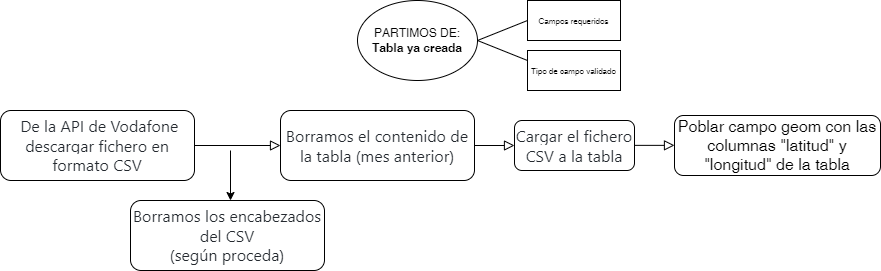
This is images/schema.png from aragonopendata/script-cobertura-internet, a draw.io export, as it was before one commit. Source tidied: cells renumbered, new cells last; positions are measured from the earlier drawing's top-left corner, leaving out a move shared by most shapes.
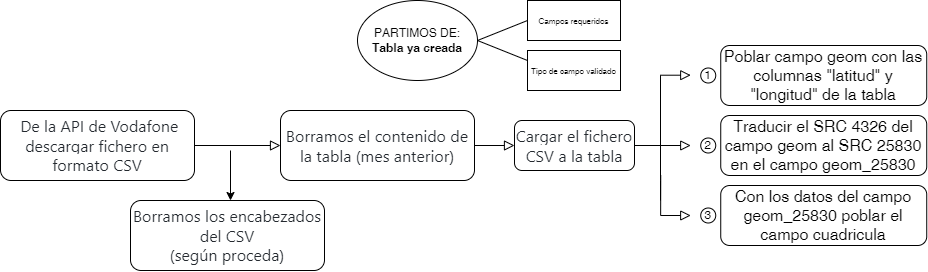
After the commit.

Commit message:
Actualización del esquema drawio

Change to the diagram source:
```diff
@@ -14,7 +14,7 @@
       <mxGeometry x="514" y="120" width="120" height="50" as="geometry" />
     </mxCell>
     <mxCell id="5" value="&lt;font style=&quot;font-size: 16px;&quot;&gt;Poblar campo geom con las columnas &quot;latitud&quot; y &quot;longitud&quot; de la tabla&lt;/font&gt;" style="rounded=1;whiteSpace=wrap;html=1;fontSize=12;glass=0;strokeWidth=1;shadow=0;" parent="1" vertex="1">
-      <mxGeometry x="674" y="115" width="206" height="60" as="geometry" />
+      <mxGeometry x="720.2" y="45" width="206" height="60" as="geometry" />
     </mxCell>
     <mxCell id="6" value="PARTIMOS DE:&lt;br&gt;&lt;b&gt;Tabla ya creada&lt;/b&gt;" style="ellipse;whiteSpace=wrap;html=1;" parent="1" vertex="1">
       <mxGeometry x="357" width="120" height="80" as="geometry" />
@@ -39,8 +39,12 @@
     </mxCell>
     <mxCell id="11" style="rounded=0;html=1;jettySize=auto;orthogonalLoop=1;fontSize=11;endArrow=block;endFill=0;endSize=8;strokeWidth=1;shadow=0;labelBackgroundColor=none;edgeStyle=orthogonalEdgeStyle;" parent="1" edge="1">
       <mxGeometry relative="1" as="geometry">
-        <mxPoint x="634" y="144.9" as="sourcePoint" />
-        <mxPoint x="674" y="144.9" as="targetPoint" />
+        <mxPoint x="660" y="200" as="sourcePoint" />
+        <mxPoint x="690.2" y="74.7" as="targetPoint" />
+        <Array as="points">
+          <mxPoint x="660" y="179.7" />
+          <mxPoint x="660" y="74.7" />
+        </Array>
       </mxGeometry>
     </mxCell>
     <mxCell id="12" style="rounded=0;html=1;jettySize=auto;fontSize=11;endArrow=block;endFill=0;endSize=8;strokeWidth=1;shadow=0;labelBackgroundColor=none;edgeStyle=orthogonalEdgeStyle;" parent="1" edge="1" source="13">
@@ -62,5 +66,38 @@
         </Array>
       </mxGeometry>
     </mxCell>
+    <mxCell id="16" style="rounded=0;html=1;jettySize=auto;orthogonalLoop=1;fontSize=11;endArrow=block;endFill=0;endSize=8;strokeWidth=1;shadow=0;labelBackgroundColor=none;edgeStyle=orthogonalEdgeStyle;" parent="1" edge="1">
+      <mxGeometry relative="1" as="geometry">
+        <mxPoint x="634" y="160" as="sourcePoint" />
+        <mxPoint x="690.2" y="145" as="targetPoint" />
+        <Array as="points">
+          <mxPoint x="634" y="145" />
+        </Array>
+      </mxGeometry>
+    </mxCell>
+    <mxCell id="17" value="1" style="ellipse;whiteSpace=wrap;html=1;" parent="1" vertex="1">
+      <mxGeometry x="700.2" y="67.5" width="15" height="15" as="geometry" />
+    </mxCell>
+    <mxCell id="18" value="&lt;span style=&quot;font-size: 16px;&quot;&gt;Traducir el SRC 4326 del campo geom al SRC 25830 en el campo geom_25830&lt;/span&gt;" style="rounded=1;whiteSpace=wrap;html=1;fontSize=12;glass=0;strokeWidth=1;shadow=0;" parent="1" vertex="1">
+      <mxGeometry x="720.2" y="115" width="206" height="60" as="geometry" />
+    </mxCell>
+    <mxCell id="19" value="2" style="ellipse;whiteSpace=wrap;html=1;" parent="1" vertex="1">
+      <mxGeometry x="700.2" y="137.5" width="15" height="15" as="geometry" />
+    </mxCell>
+    <mxCell id="20" value="&lt;font style=&quot;font-size: 16px;&quot;&gt;Con los datos del campo geom_25830 poblar el campo cuadricula&lt;/font&gt;" style="rounded=1;whiteSpace=wrap;html=1;fontSize=12;glass=0;strokeWidth=1;shadow=0;" parent="1" vertex="1">
+      <mxGeometry x="720.2" y="185" width="206" height="60" as="geometry" />
+    </mxCell>
+    <mxCell id="21" style="rounded=0;html=1;jettySize=auto;orthogonalLoop=1;fontSize=11;endArrow=block;endFill=0;endSize=8;strokeWidth=1;shadow=0;labelBackgroundColor=none;edgeStyle=orthogonalEdgeStyle;" parent="1" edge="1">
+      <mxGeometry relative="1" as="geometry">
+        <mxPoint x="660.2" y="175" as="sourcePoint" />
+        <mxPoint x="690.2" y="215" as="targetPoint" />
+        <Array as="points">
+          <mxPoint x="660.2" y="215" />
+        </Array>
+      </mxGeometry>
+    </mxCell>
+    <mxCell id="22" value="3" style="ellipse;whiteSpace=wrap;html=1;" parent="1" vertex="1">
+      <mxGeometry x="700.2" y="207.5" width="15" height="15" as="geometry" />
+    </mxCell>
   </root>
 </mxGraphModel>
```
